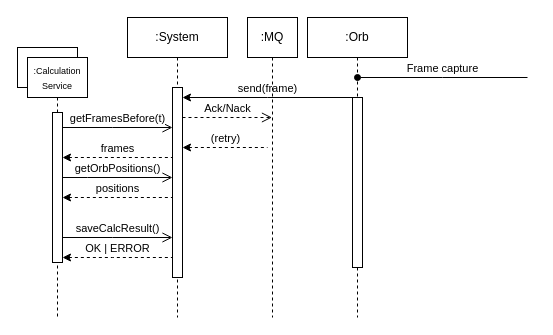
Above: Untitled Diagram.drawio in phyllomenous/PM3_DomainModel (draw.io), before the change. Source tidied: cells renumbered, new cells numbered last; positions are measured from the earlier drawing's top-left corner, leaving out a move shared by most shapes. Both pictures are drawn from the tidied source at 100%, with x=0, y=0 at pixel (17, 17).
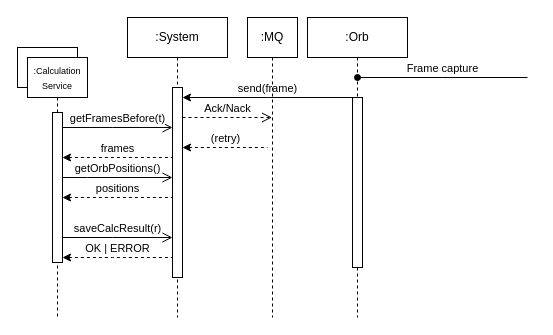
Above is the later version.

Commit message:
Update SSD_CalcService

Unchanged cells that the change refers to:
```xml
<mxCell id="4" style="html=1;points=[];perimeter=orthogonalPerimeter;outlineConnect=0;targetShapes=umlLifeline;portConstraint=eastwest;newEdgeStyle={&quot;edgeStyle&quot;:&quot;elbowEdgeStyle&quot;,&quot;elbow&quot;:&quot;vertical&quot;,&quot;curved&quot;:0,&quot;rounded&quot;:0};" parent="3" vertex="1">
  <mxGeometry x="45" y="70" width="10" height="190" as="geometry" />
</mxCell>
<mxCell id="12" style="html=1;points=[];perimeter=orthogonalPerimeter;outlineConnect=0;targetShapes=umlLifeline;portConstraint=eastwest;newEdgeStyle={&quot;edgeStyle&quot;:&quot;elbowEdgeStyle&quot;,&quot;elbow&quot;:&quot;vertical&quot;,&quot;curved&quot;:0,&quot;rounded&quot;:0};" parent="11" vertex="1">
  <mxGeometry x="25" y="55" width="10" height="150" as="geometry" />
</mxCell>
```

The edit, as a diff of the source:
```diff
@@
-    <mxCell id="15" value="saveCalcResult()" style="html=1;verticalAlign=bottom;endArrow=open;endSize=8;edgeStyle=elbowEdgeStyle;elbow=vertical;curved=0;rounded=0;" parent="1" edge="1" source="12" target="4">
+    <mxCell id="15" value="saveCalcResult(r)" style="html=1;verticalAlign=bottom;endArrow=open;endSize=8;edgeStyle=elbowEdgeStyle;elbow=vertical;curved=0;rounded=0;" parent="1" edge="1" source="12" target="4">
       <mxGeometry relative="1" as="geometry">
         <Array as="points">
           <mxPoint x="95" y="220" />
         </Array>
       </mxGeometry>
     </mxCell>
```
